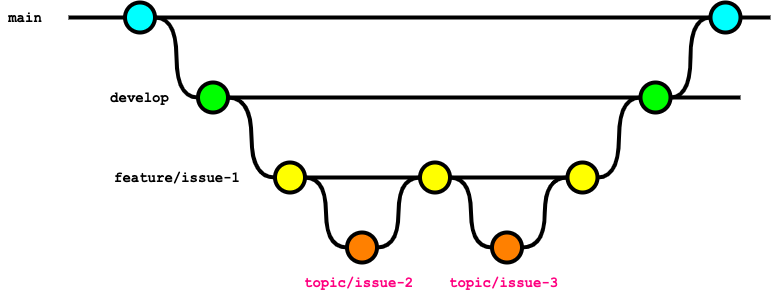
This is documents/forGitBranch/img/branch_strategy_topic.drawio.png from future-architect/coding-standards, a draw.io export, as it was before one commit. Source tidied: cells renumbered, new cells last; positions are measured from the earlier drawing's top-left corner, leaving out a move shared by most shapes. Source of this version:
```xml
<mxGraphModel>
  <root>
    <mxCell id="0" />
    <mxCell id="1" parent="0" />
    <mxCell id="2" style="edgeStyle=orthogonalEdgeStyle;curved=1;rounded=0;html=1;exitX=1;exitY=0.5;exitPerimeter=0;entryX=0;entryY=0.5;entryPerimeter=0;endArrow=none;endFill=0;jettySize=auto;strokeWidth=4;fontSize=15;" parent="1" edge="1" source="3" target="8">
      <mxGeometry relative="1" as="geometry" />
    </mxCell>
    <mxCell id="3" style="verticalLabelPosition=bottom;verticalAlign=top;html=1;strokeWidth=4;shape=mxgraph.flowchart.on-page_reference;plain-blue;gradientColor=none;fillColor=#00FFFF;strokeColor=#000000;" parent="1" vertex="1">
      <mxGeometry x="124.5" width="30" height="30" as="geometry" />
    </mxCell>
    <mxCell id="4" style="edgeStyle=orthogonalEdgeStyle;curved=1;rounded=0;jettySize=auto;html=1;endArrow=none;endFill=0;strokeWidth=4;fontFamily=Courier New;fontSize=16;entryX=1;entryY=0.5;entryDx=0;entryDy=0;entryPerimeter=0;" parent="1" edge="1" source="5" target="3">
      <mxGeometry relative="1" as="geometry" />
    </mxCell>
    <mxCell id="5" style="verticalLabelPosition=bottom;verticalAlign=top;html=1;strokeWidth=4;shape=mxgraph.flowchart.on-page_reference;plain-blue;gradientColor=none;strokeColor=#000000;fillColor=#00FFFF;" parent="1" vertex="1">
      <mxGeometry x="710" width="30" height="30" as="geometry" />
    </mxCell>
    <mxCell id="6" style="edgeStyle=orthogonalEdgeStyle;rounded=0;html=1;jettySize=auto;strokeWidth=4;endArrow=none;endFill=0;" parent="1" edge="1" target="3">
      <mxGeometry x="53.5" y="220" as="geometry">
        <mxPoint x="68" y="15" as="sourcePoint" />
      </mxGeometry>
    </mxCell>
    <mxCell id="7" value="main" style="text;html=1;strokeColor=none;fillColor=none;align=center;verticalAlign=middle;whiteSpace=wrap;overflow=hidden;fontSize=14;fontStyle=1;fontFamily=Courier New;" parent="1" vertex="1">
      <mxGeometry y="5" width="50" height="20" as="geometry" />
    </mxCell>
    <mxCell id="8" style="verticalLabelPosition=bottom;verticalAlign=top;html=1;strokeWidth=4;shape=mxgraph.flowchart.on-page_reference;plain-purple;gradientColor=none;strokeColor=#000000;fillColor=#00FF00;" parent="1" vertex="1">
      <mxGeometry x="197.5" y="80" width="30" height="30" as="geometry" />
    </mxCell>
    <mxCell id="9" value="develop" style="text;html=1;strokeColor=none;fillColor=none;align=center;verticalAlign=middle;whiteSpace=wrap;overflow=hidden;fontSize=14;fontStyle=1;fontFamily=Courier New;" parent="1" vertex="1">
      <mxGeometry x="58.2" y="85" width="162.5" height="20" as="geometry" />
    </mxCell>
    <mxCell id="10" value="feature/issue-1" style="text;html=1;strokeColor=none;fillColor=none;align=left;verticalAlign=middle;whiteSpace=wrap;overflow=hidden;fontSize=14;fontStyle=1;fontFamily=Courier New;" parent="1" vertex="1">
      <mxGeometry x="112" y="165" width="162.5" height="20" as="geometry" />
    </mxCell>
    <mxCell id="11" style="edgeStyle=orthogonalEdgeStyle;curved=1;rounded=0;html=1;exitX=1;exitY=0.5;exitPerimeter=0;entryX=0;entryY=0.5;entryPerimeter=0;endArrow=none;endFill=0;jettySize=auto;strokeWidth=4;fontSize=15;exitDx=0;exitDy=0;entryDx=0;entryDy=0;" parent="1" edge="1" source="8" target="14">
      <mxGeometry relative="1" as="geometry" />
    </mxCell>
    <mxCell id="12" style="verticalLabelPosition=bottom;verticalAlign=top;html=1;strokeWidth=4;shape=mxgraph.flowchart.on-page_reference;plain-purple;gradientColor=none;strokeColor=#000000;fillColor=#00FF00;" parent="1" vertex="1">
      <mxGeometry x="640" y="80" width="30" height="30" as="geometry" />
    </mxCell>
    <mxCell id="13" style="edgeStyle=orthogonalEdgeStyle;curved=1;rounded=0;jettySize=auto;html=1;endArrow=none;endFill=0;strokeWidth=4;fontFamily=Courier New;fontSize=16;exitX=1;exitY=0.5;exitDx=0;exitDy=0;exitPerimeter=0;" parent="1" edge="1" source="12">
      <mxGeometry relative="1" as="geometry">
        <mxPoint x="740" y="95" as="targetPoint" />
      </mxGeometry>
    </mxCell>
    <mxCell id="14" style="verticalLabelPosition=bottom;verticalAlign=top;html=1;strokeWidth=4;shape=mxgraph.flowchart.on-page_reference;plain-purple;gradientColor=none;strokeColor=#000000;fillColor=#FFFF00;" parent="1" vertex="1">
      <mxGeometry x="274.5" y="160" width="30" height="30" as="geometry" />
    </mxCell>
    <mxCell id="15" style="verticalLabelPosition=bottom;verticalAlign=top;html=1;strokeWidth=4;shape=mxgraph.flowchart.on-page_reference;plain-purple;gradientColor=none;strokeColor=#000000;fillColor=#FF8000;" parent="1" vertex="1">
      <mxGeometry x="346.5" y="230" width="30" height="30" as="geometry" />
    </mxCell>
    <mxCell id="16" style="verticalLabelPosition=bottom;verticalAlign=top;html=1;strokeWidth=4;shape=mxgraph.flowchart.on-page_reference;plain-purple;gradientColor=none;strokeColor=#000000;fillColor=#FFFF00;" parent="1" vertex="1">
      <mxGeometry x="419.5" y="160" width="30" height="30" as="geometry" />
    </mxCell>
    <mxCell id="17" style="edgeStyle=orthogonalEdgeStyle;curved=1;rounded=0;html=1;exitX=1;exitY=0.5;exitPerimeter=0;entryX=0;entryY=0.5;entryPerimeter=0;endArrow=none;endFill=0;jettySize=auto;strokeWidth=4;fontSize=15;exitDx=0;exitDy=0;entryDx=0;entryDy=0;" parent="1" edge="1" source="14" target="15">
      <mxGeometry relative="1" as="geometry" />
    </mxCell>
    <mxCell id="18" style="edgeStyle=orthogonalEdgeStyle;curved=1;rounded=0;html=1;exitX=1;exitY=0.5;exitPerimeter=0;entryX=0;entryY=0.5;entryPerimeter=0;endArrow=none;endFill=0;jettySize=auto;strokeWidth=4;fontSize=15;exitDx=0;exitDy=0;entryDx=0;entryDy=0;" parent="1" edge="1" source="15" target="16">
      <mxGeometry relative="1" as="geometry" />
    </mxCell>
    <mxCell id="19" style="verticalLabelPosition=bottom;verticalAlign=top;html=1;strokeWidth=4;shape=mxgraph.flowchart.on-page_reference;plain-purple;gradientColor=none;strokeColor=#000000;fillColor=#FF8000;" parent="1" vertex="1">
      <mxGeometry x="491.5" y="230" width="30" height="30" as="geometry" />
    </mxCell>
    <mxCell id="20" style="verticalLabelPosition=bottom;verticalAlign=top;html=1;strokeWidth=4;shape=mxgraph.flowchart.on-page_reference;plain-purple;gradientColor=none;strokeColor=#000000;fillColor=#FFFF00;" parent="1" vertex="1">
      <mxGeometry x="567" y="160" width="30" height="30" as="geometry" />
    </mxCell>
    <mxCell id="21" style="edgeStyle=orthogonalEdgeStyle;curved=1;rounded=0;html=1;exitX=0;exitY=0.5;exitPerimeter=0;entryX=1;entryY=0.5;entryPerimeter=0;endArrow=none;endFill=0;jettySize=auto;strokeWidth=4;fontSize=15;exitDx=0;exitDy=0;entryDx=0;entryDy=0;" parent="1" edge="1" source="19" target="16">
      <mxGeometry relative="1" as="geometry" />
    </mxCell>
    <mxCell id="22" style="edgeStyle=orthogonalEdgeStyle;curved=1;rounded=0;html=1;exitX=0;exitY=0.5;exitPerimeter=0;entryX=1;entryY=0.5;entryPerimeter=0;endArrow=none;endFill=0;jettySize=auto;strokeWidth=4;fontSize=15;exitDx=0;exitDy=0;entryDx=0;entryDy=0;" parent="1" edge="1" source="20" target="19">
      <mxGeometry relative="1" as="geometry" />
    </mxCell>
    <mxCell id="23" style="edgeStyle=orthogonalEdgeStyle;curved=1;rounded=0;jettySize=auto;html=1;endArrow=none;endFill=0;strokeWidth=4;fontFamily=Courier New;fontSize=16;exitX=1;exitY=0.5;exitDx=0;exitDy=0;exitPerimeter=0;entryX=0;entryY=0.5;entryDx=0;entryDy=0;entryPerimeter=0;" parent="1" edge="1" source="20" target="12">
      <mxGeometry relative="1" as="geometry" />
    </mxCell>
    <mxCell id="24" style="edgeStyle=orthogonalEdgeStyle;curved=1;rounded=0;jettySize=auto;html=1;endArrow=none;endFill=0;strokeWidth=4;fontFamily=Courier New;fontSize=16;exitX=1;exitY=0.5;exitDx=0;exitDy=0;exitPerimeter=0;" parent="1" edge="1" source="5">
      <mxGeometry relative="1" as="geometry">
        <mxPoint x="770" y="15" as="targetPoint" />
      </mxGeometry>
    </mxCell>
    <mxCell id="25" style="edgeStyle=orthogonalEdgeStyle;curved=1;rounded=0;jettySize=auto;html=1;endArrow=none;endFill=0;strokeWidth=4;fontFamily=Courier New;fontSize=16;exitX=1;exitY=0.5;exitDx=0;exitDy=0;exitPerimeter=0;entryX=0;entryY=0.5;entryDx=0;entryDy=0;entryPerimeter=0;" parent="1" edge="1" source="12" target="5">
      <mxGeometry relative="1" as="geometry" />
    </mxCell>
    <mxCell id="26" value="topic/issue-2" style="text;html=1;strokeColor=none;fillColor=none;align=left;verticalAlign=middle;whiteSpace=wrap;overflow=hidden;fontSize=14;fontStyle=1;fontFamily=Courier New;fontColor=#FF0080;" parent="1" vertex="1">
      <mxGeometry x="301.5" y="270" width="120" height="20" as="geometry" />
    </mxCell>
    <mxCell id="27" value="topic/issue-3" style="text;html=1;strokeColor=none;fillColor=none;align=left;verticalAlign=middle;whiteSpace=wrap;overflow=hidden;fontSize=14;fontStyle=1;fontFamily=Courier New;fontColor=#FF0080;" parent="1" vertex="1">
      <mxGeometry x="446.5" y="270" width="120" height="20" as="geometry" />
    </mxCell>
    <mxCell id="28" style="edgeStyle=orthogonalEdgeStyle;curved=1;rounded=0;jettySize=auto;html=1;endArrow=none;endFill=0;strokeWidth=4;fontFamily=Courier New;fontSize=16;exitX=1;exitY=0.5;exitDx=0;exitDy=0;exitPerimeter=0;entryX=0;entryY=0.5;entryDx=0;entryDy=0;entryPerimeter=0;" parent="1" edge="1" source="8" target="12">
      <mxGeometry relative="1" as="geometry" />
    </mxCell>
    <mxCell id="29" style="edgeStyle=orthogonalEdgeStyle;curved=1;rounded=0;jettySize=auto;html=1;endArrow=none;endFill=0;strokeWidth=4;fontFamily=Courier New;fontSize=16;exitX=1;exitY=0.5;exitDx=0;exitDy=0;exitPerimeter=0;entryX=0;entryY=0.5;entryDx=0;entryDy=0;entryPerimeter=0;" parent="1" edge="1" source="14" target="16">
      <mxGeometry relative="1" as="geometry" />
    </mxCell>
    <mxCell id="30" style="edgeStyle=orthogonalEdgeStyle;curved=1;rounded=0;jettySize=auto;html=1;endArrow=none;endFill=0;strokeWidth=4;fontFamily=Courier New;fontSize=16;exitX=1;exitY=0.5;exitDx=0;exitDy=0;exitPerimeter=0;" parent="1" edge="1" source="16" target="20">
      <mxGeometry relative="1" as="geometry" />
    </mxCell>
  </root>
</mxGraphModel>
```
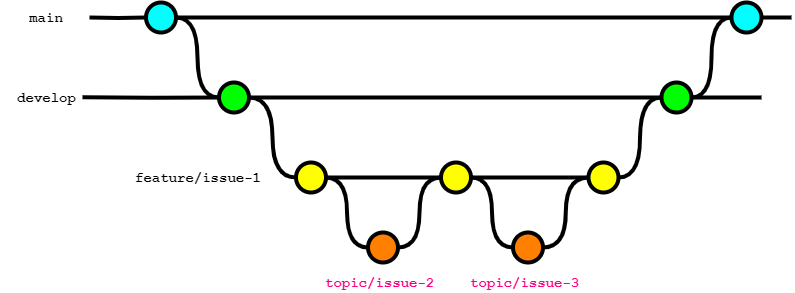
After the change.

Diff of the diagram source:
```diff
@@ -26,7 +26,7 @@
       <mxGeometry x="197.5" y="80" width="30" height="30" as="geometry" />
     </mxCell>
     <mxCell id="9" value="develop" style="text;html=1;strokeColor=none;fillColor=none;align=center;verticalAlign=middle;whiteSpace=wrap;overflow=hidden;fontSize=14;fontStyle=1;fontFamily=Courier New;" parent="1" vertex="1">
-      <mxGeometry x="58.2" y="85" width="162.5" height="20" as="geometry" />
+      <mxGeometry x="-21.4" y="85" width="92.8" height="20" as="geometry" />
     </mxCell>
     <mxCell id="10" value="feature/issue-1" style="text;html=1;strokeColor=none;fillColor=none;align=left;verticalAlign=middle;whiteSpace=wrap;overflow=hidden;fontSize=14;fontStyle=1;fontFamily=Courier New;" parent="1" vertex="1">
       <mxGeometry x="112" y="165" width="162.5" height="20" as="geometry" />
@@ -95,5 +95,10 @@
     <mxCell id="30" style="edgeStyle=orthogonalEdgeStyle;curved=1;rounded=0;jettySize=auto;html=1;endArrow=none;endFill=0;strokeWidth=4;fontFamily=Courier New;fontSize=16;exitX=1;exitY=0.5;exitDx=0;exitDy=0;exitPerimeter=0;" parent="1" edge="1" source="16" target="20">
       <mxGeometry relative="1" as="geometry" />
     </mxCell>
+    <mxCell id="31" style="edgeStyle=orthogonalEdgeStyle;rounded=0;html=1;jettySize=auto;strokeWidth=4;endArrow=none;endFill=0;entryX=0;entryY=0.5;entryDx=0;entryDy=0;entryPerimeter=0;" parent="1" edge="1" target="8">
+      <mxGeometry x="53.5" y="220" as="geometry">
+        <mxPoint x="61" y="94.8" as="sourcePoint" />
+      </mxGeometry>
+    </mxCell>
   </root>
 </mxGraphModel>
```
